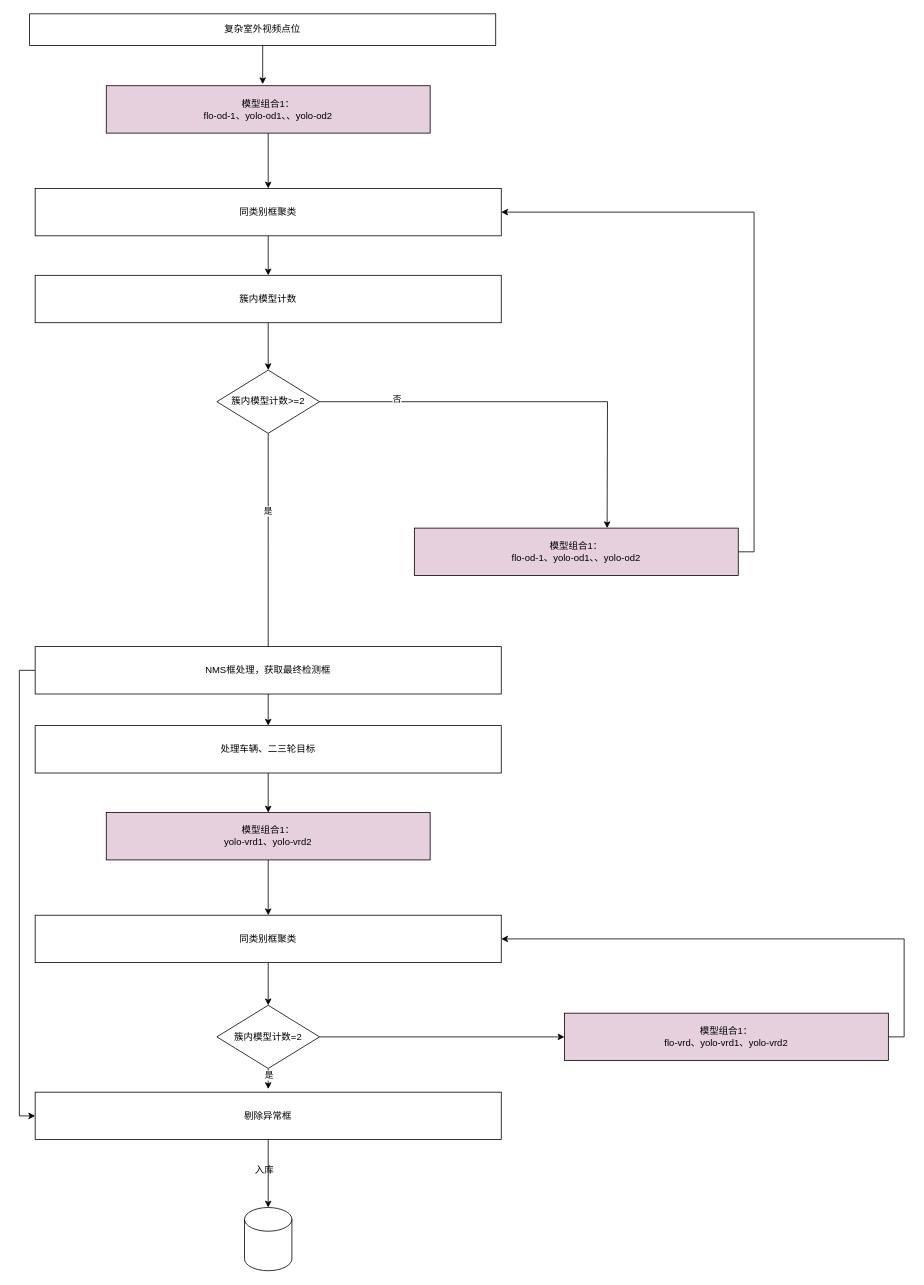
Earlier version of the draw.io diagram 自动标注（视频）.drawio (xiazi-yu/triton-server-read). Source tidied: cells renumbered, new cells numbered last; positions are measured from the earlier drawing's top-left corner, leaving out a move shared by most shapes. Both pictures are drawn from the tidied source at 79%, with x=0, y=0 at pixel (29, 13).
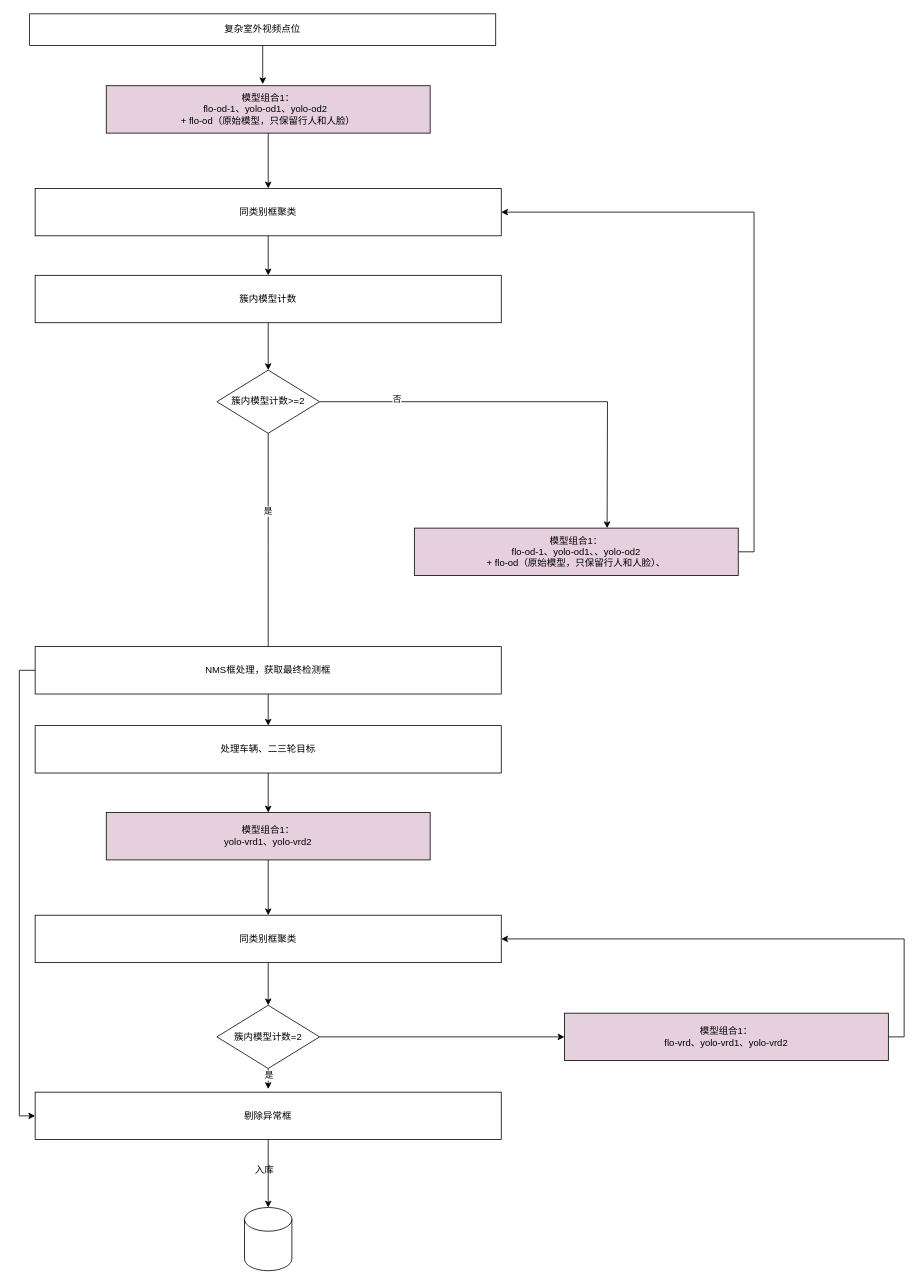
The same page after the edit.

Commit message (it also covers changes not shown here):
更新自动标注（视频）.drawio

Diff of the diagram source:
```diff
@@
-    <mxCell id="4" value="&lt;div&gt;模型组合1：&lt;/div&gt;&lt;div&gt;flo-od-1、&lt;span style=&quot;background-color: transparent; color: light-dark(rgb(0, 0, 0), rgb(255, 255, 255));&quot;&gt;yolo-od1、&lt;/span&gt;&lt;span style=&quot;background-color: transparent; color: light-dark(rgb(0, 0, 0), rgb(255, 255, 255));&quot;&gt;、&lt;/span&gt;&lt;span style=&quot;background-color: transparent; color: light-dark(rgb(0, 0, 0), rgb(255, 255, 255));&quot;&gt;yolo-od2&lt;/span&gt;&lt;/div&gt;" style="rounded=0;whiteSpace=wrap;html=1;fillColor=#E6D0DE;" parent="1" vertex="1">
+    <mxCell id="4" value="&lt;div&gt;模型组合1：&lt;/div&gt;&lt;div&gt;flo-od-1、&lt;span style=&quot;background-color: transparent; color: light-dark(rgb(0, 0, 0), rgb(255, 255, 255));&quot;&gt;yolo-od1&lt;/span&gt;&lt;span style=&quot;background-color: transparent; color: light-dark(rgb(0, 0, 0), rgb(255, 255, 255));&quot;&gt;、&lt;/span&gt;&lt;span style=&quot;background-color: transparent; color: light-dark(rgb(0, 0, 0), rgb(255, 255, 255));&quot;&gt;yolo-od2&amp;nbsp;&amp;nbsp;&lt;/span&gt;&lt;/div&gt;&lt;div&gt;&lt;span style=&quot;background-color: transparent; color: light-dark(rgb(0, 0, 0), rgb(255, 255, 255));&quot;&gt;+&amp;nbsp;&lt;/span&gt;&lt;span style=&quot;background-color: transparent; color: light-dark(rgb(0, 0, 0), rgb(255, 255, 255));&quot;&gt;flo-od（原始模型，只保留行人和人脸）&lt;/span&gt;&lt;/div&gt;" style="rounded=0;whiteSpace=wrap;html=1;fillColor=#E6D0DE;" parent="1" vertex="1">
       <mxGeometry x="97" y="91" width="410" height="60" as="geometry" />
     </mxCell>
@@
-    <mxCell id="15" value="&lt;div&gt;模型组合1：&lt;/div&gt;&lt;div&gt;flo-od-1、&lt;span style=&quot;background-color: transparent; color: light-dark(rgb(0, 0, 0), rgb(255, 255, 255));&quot;&gt;yolo-od1、&lt;/span&gt;&lt;span style=&quot;background-color: transparent; color: light-dark(rgb(0, 0, 0), rgb(255, 255, 255));&quot;&gt;、&lt;/span&gt;&lt;span style=&quot;background-color: transparent; color: light-dark(rgb(0, 0, 0), rgb(255, 255, 255));&quot;&gt;yolo-od2&lt;/span&gt;&lt;/div&gt;" style="rounded=0;whiteSpace=wrap;html=1;fillColor=#E6D0DE;" parent="1" vertex="1">
+    <mxCell id="15" value="&lt;div&gt;模型组合1：&lt;/div&gt;&lt;div&gt;flo-od-1、&lt;span style=&quot;background-color: transparent; color: light-dark(rgb(0, 0, 0), rgb(255, 255, 255));&quot;&gt;yolo-od1、&lt;/span&gt;&lt;span style=&quot;background-color: transparent; color: light-dark(rgb(0, 0, 0), rgb(255, 255, 255));&quot;&gt;、&lt;/span&gt;&lt;span style=&quot;background-color: transparent; color: light-dark(rgb(0, 0, 0), rgb(255, 255, 255));&quot;&gt;yolo-od2&lt;/span&gt;&lt;/div&gt;&lt;div&gt;&lt;span style=&quot;color: light-dark(rgb(0, 0, 0), rgb(255, 255, 255)); background-color: transparent;&quot;&gt;+&amp;nbsp;&lt;/span&gt;&lt;span style=&quot;color: light-dark(rgb(0, 0, 0), rgb(255, 255, 255)); background-color: transparent;&quot;&gt;flo-od（原始模型，只保留行人和人脸）、&lt;/span&gt;&lt;span style=&quot;background-color: transparent; color: light-dark(rgb(0, 0, 0), rgb(255, 255, 255));&quot;&gt;&lt;/span&gt;&lt;/div&gt;" style="rounded=0;whiteSpace=wrap;html=1;fillColor=#E6D0DE;" parent="1" vertex="1">
       <mxGeometry x="487" y="651" width="410" height="60" as="geometry" />
     </mxCell>
```
